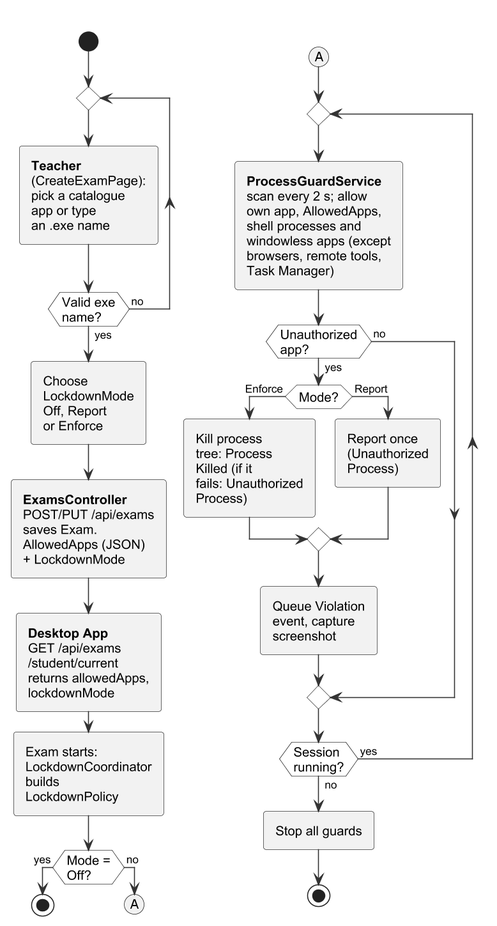
This is important docs/fyp_doc_3chatp/Figures/activity_applications.png from Haiderali27-hub/AI-Lab-Monitoring-, a PlantUML export, as it was before one commit. Source of this version:
```plantuml
@startuml
!include style.iuml
skinparam defaultFontSize 13
skinparam ArrowFontSize 11

split
  -[hidden]->
  start
  repeat
    :<b>Teacher</b>
    (CreateExamPage):
    pick a catalogue
    app or type
    an .exe name;
  repeat while (Valid exe\nname?) is (no) not (yes)
  :Choose
  LockdownMode
  Off, Report
  or Enforce;
  :<b>ExamsController</b>
  POST/PUT /api/exams
  saves Exam.
  AllowedApps (JSON)
  + LockdownMode;
  :<b>Desktop App</b>
  GET /api/exams
  /student/current
  returns allowedApps,
  lockdownMode;
  :Exam starts:
  LockdownCoordinator
  builds
  LockdownPolicy;
  if (Mode =\nOff?) then (yes)
    stop
  else (no)
    (A)
    detach
  endif
split again
  -[hidden]->
  (A)
  repeat
    :<b>ProcessGuardService</b>
    scan every 2 s; allow
    own app, AllowedApps,
    shell processes and
    windowless apps (except
    browsers, remote tools,
    Task Manager);
    if (Unauthorized\napp?) then (yes)
      if (Mode?) then (Enforce)
        :Kill process
        tree: Process
        Killed (if it
        fails: Unauthorized
        Process);
      else (Report)
        :Report once
        (Unauthorized
        Process);
      endif
      :Queue Violation
      event, capture
      screenshot;
    else (no)
    endif
  repeat while (Session\nrunning?) is (yes) not (no)
  :Stop all guards;
  stop
end split
@enduml
```
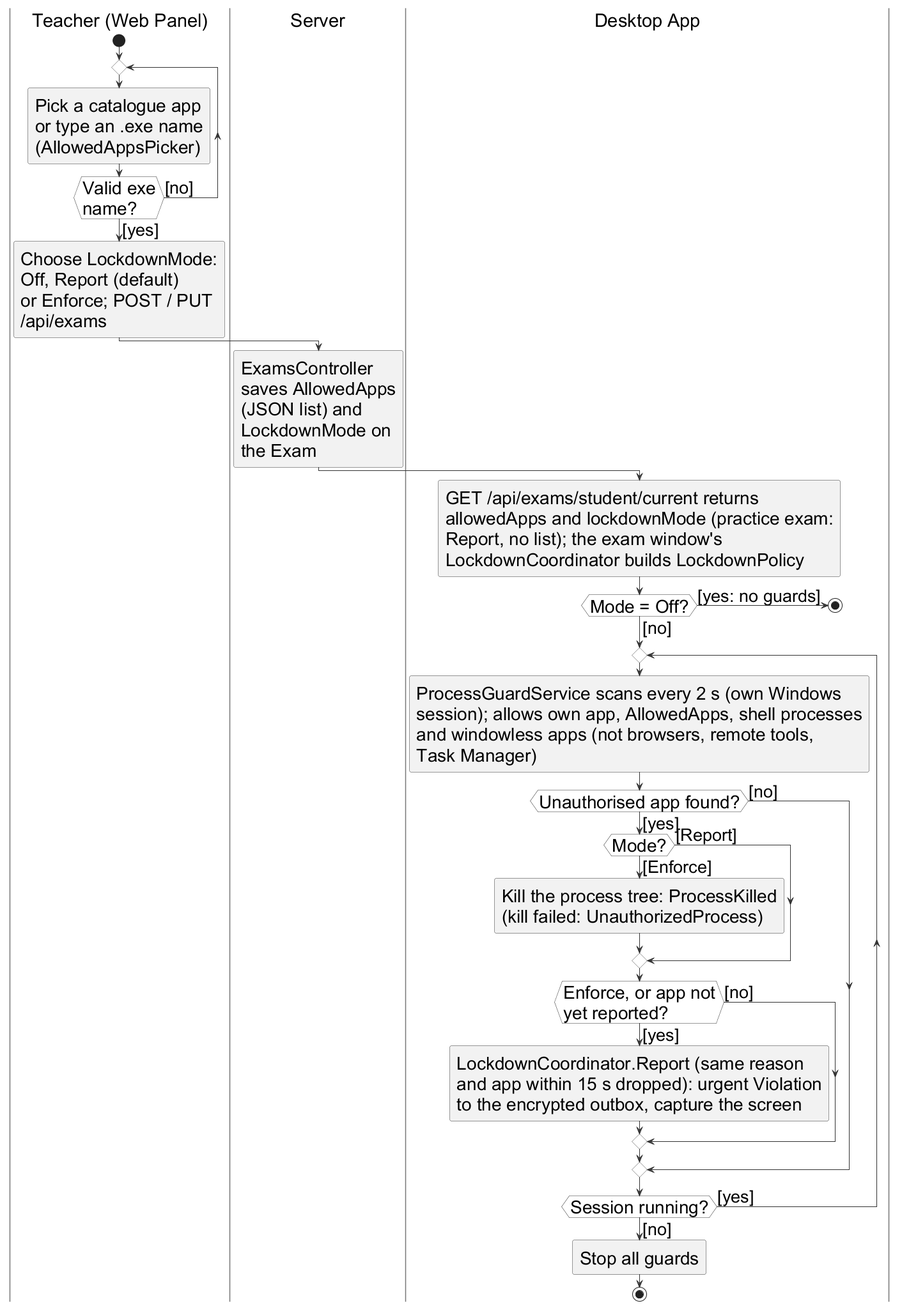
Above is the later version.

The edit, as a diff of the source:
```diff
@@ -1,72 +1,60 @@
 @startuml
 !include style.iuml
-skinparam defaultFontSize 13
-skinparam ArrowFontSize 11
+skinparam dpi 96
+skinparam defaultFontSize 28
+skinparam ArrowFontSize 27
+skinparam padding 1
+skinparam swimlane {
+  BorderColor #777777
+  TitleFontSize 29
+}
 
-split
-  -[hidden]->
-  start
-  repeat
-    :<b>Teacher</b>
-    (CreateExamPage):
-    pick a catalogue
-    app or type
-    an .exe name;
-  repeat while (Valid exe\nname?) is (no) not (yes)
-  :Choose
-  LockdownMode
-  Off, Report
-  or Enforce;
-  :<b>ExamsController</b>
-  POST/PUT /api/exams
-  saves Exam.
-  AllowedApps (JSON)
-  + LockdownMode;
-  :<b>Desktop App</b>
-  GET /api/exams
-  /student/current
-  returns allowedApps,
-  lockdownMode;
-  :Exam starts:
-  LockdownCoordinator
-  builds
-  LockdownPolicy;
-  if (Mode =\nOff?) then (yes)
-    stop
-  else (no)
-    (A)
-    detach
+|Teacher (Web Panel)|
+start
+repeat
+  :Pick a catalogue app
+  or type an .exe name
+  (AllowedAppsPicker);
+repeat while (Valid exe\nname?) is ([no]) not ([yes])
+:Choose LockdownMode:
+Off, Report (default)
+or Enforce; POST / PUT
+/api/exams;
+|Server|
+:ExamsController
+saves AllowedApps
+(JSON list) and
+LockdownMode on
+the Exam;
+|Desktop App|
+:GET /api/exams/student/current returns
+allowedApps and lockdownMode (practice exam:
+Report, no list); the exam window's
+LockdownCoordinator builds LockdownPolicy;
+if (Mode = Off?) then ([yes: no guards])
+  stop
+else ([no])
+endif
+repeat
+  :ProcessGuardService scans every 2 s (own Windows
+  session); allows own app, AllowedApps, shell processes
+  and windowless apps (not browsers, remote tools,
+  Task Manager);
+  if (Unauthorised app found?) then ([yes])
+    if (Mode?) then ([Enforce])
+      :Kill the process tree: ProcessKilled
+      (kill failed: UnauthorizedProcess);
+    else ([Report])
+    endif
+    if (Enforce, or app not\nyet reported?) then ([yes])
+      :LockdownCoordinator.Report (same reason
+      and app within 15 s dropped): urgent Violation
+      to the encrypted outbox, capture the screen;
+    else ([no])
+    endif
+  else ([no])
   endif
-split again
-  -[hidden]->
-  (A)
-  repeat
-    :<b>ProcessGuardService</b>
-    scan every 2 s; allow
-    own app, AllowedApps,
-    shell processes and
-    windowless apps (except
-    browsers, remote tools,
-    Task Manager);
-    if (Unauthorized\napp?) then (yes)
-      if (Mode?) then (Enforce)
-        :Kill process
-        tree: Process
-        Killed (if it
-        fails: Unauthorized
-        Process);
-      else (Report)
-        :Report once
-        (Unauthorized
-        Process);
-      endif
-      :Queue Violation
-      event, capture
-      screenshot;
-    else (no)
-    endif
-  repeat while (Session\nrunning?) is (yes) not (no)
-  :Stop all guards;
-  stop
-end split
+repeat while (Session running?) is ([yes]) not ([no])
+:Stop all guards;
+stop
 @enduml
```
